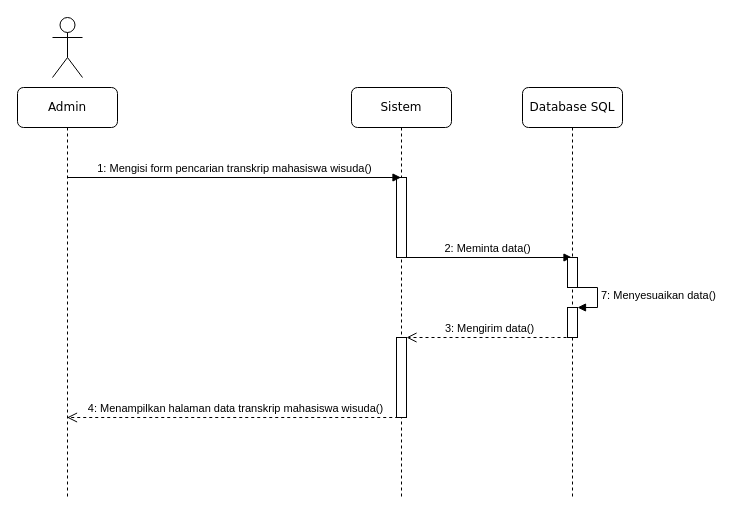
The draw.io diagram page "sequence Mengisi" (2 of 13) of SIAKAD ERD.drawio in RidhoAnshory/drawiocloud, before the edit. Source tidied: cells renumbered, new cells numbered last; positions are measured from the earlier drawing's top-left corner, leaving out a move shared by most shapes. Both pictures are drawn from the tidied source at 100%, with x=0, y=0 at pixel (17, 17).
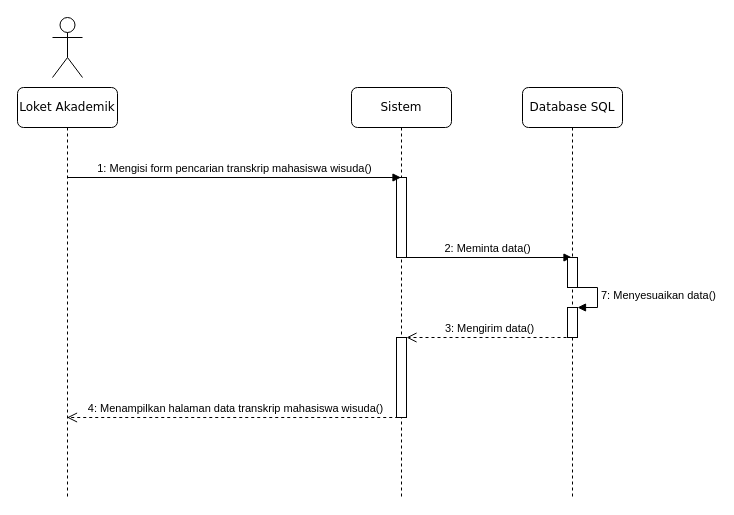
The same page after the edit.

The edit, as a diff of the source:
```diff
@@
 <mxGraphModel>
   <root>
     <mxCell id="0" />
     <mxCell id="1" parent="0" />
     <mxCell id="2" value="Sistem" style="shape=umlLifeline;perimeter=lifelinePerimeter;whiteSpace=wrap;html=1;rounded=1;shadow=0;comic=0;labelBackgroundColor=none;strokeWidth=1;fontFamily=Verdana;fontSize=12;align=center;" parent="1" vertex="1">
       <mxGeometry x="334" y="70" width="100" height="410" as="geometry" />
     </mxCell>
     <mxCell id="3" value="Database SQL" style="shape=umlLifeline;perimeter=lifelinePerimeter;whiteSpace=wrap;html=1;rounded=1;shadow=0;comic=0;labelBackgroundColor=none;strokeWidth=1;fontFamily=Verdana;fontSize=12;align=center;" parent="1" vertex="1">
       <mxGeometry x="505" y="70" width="100" height="410" as="geometry" />
     </mxCell>
-    <mxCell id="4" value="Admin" style="shape=umlLifeline;perimeter=lifelinePerimeter;whiteSpace=wrap;html=1;outlineConnect=0;rounded=1;shadow=0;comic=0;labelBackgroundColor=none;strokeWidth=1;fontFamily=Verdana;fontSize=12;align=center;" parent="1" vertex="1">
+    <mxCell id="4" value="Loket Akademik" style="shape=umlLifeline;perimeter=lifelinePerimeter;whiteSpace=wrap;html=1;outlineConnect=0;rounded=1;shadow=0;comic=0;labelBackgroundColor=none;strokeWidth=1;fontFamily=Verdana;fontSize=12;align=center;" parent="1" vertex="1">
       <mxGeometry y="70" width="100" height="410" as="geometry" />
     </mxCell>
     <mxCell id="5" style="shape=umlActor;verticalLabelPosition=bottom;verticalAlign=top;html=1;" parent="1" vertex="1">
       <mxGeometry x="35" width="30" height="60" as="geometry" />
     </mxCell>
     <mxCell id="6" style="html=1;perimeter=orthogonalPerimeter;" parent="1" vertex="1">
       <mxGeometry x="379" y="160" width="10" height="80" as="geometry" />
     </mxCell>
     <mxCell id="7" value="2: Meminta data()" style="html=1;verticalAlign=bottom;endArrow=block;" parent="1" edge="1">
       <mxGeometry relative="1" as="geometry">
         <mxPoint x="385" y="240" as="sourcePoint" />
         <mxPoint x="554.5" y="240" as="targetPoint" />
       </mxGeometry>
     </mxCell>
     <mxCell id="8" style="html=1;points=[];perimeter=orthogonalPerimeter;" parent="1" vertex="1">
       <mxGeometry x="379" y="320" width="10" height="80" as="geometry" />
     </mxCell>
     <mxCell id="9" style="html=1;perimeter=orthogonalPerimeter;rounded=0;shadow=0;comic=0;labelBackgroundColor=none;strokeWidth=1;fontFamily=Verdana;fontSize=12;align=center;" parent="1" vertex="1">
       <mxGeometry x="550" y="240" width="10" height="30" as="geometry" />
     </mxCell>
     <mxCell id="10" style="html=1;points=[];perimeter=orthogonalPerimeter;" parent="1" vertex="1">
       <mxGeometry x="550" y="290" width="10" height="30" as="geometry" />
     </mxCell>
     <mxCell id="11" value="7: Menyesuaikan data()" style="edgeStyle=orthogonalEdgeStyle;html=1;align=left;spacingLeft=2;endArrow=block;rounded=0;entryX=1;entryY=0;" parent="1" edge="1" target="10">
       <mxGeometry relative="1" as="geometry">
         <mxPoint x="555" y="270" as="sourcePoint" />
         <Array as="points">
           <mxPoint x="580" y="270" />
         </Array>
       </mxGeometry>
     </mxCell>
     <mxCell id="12" value="1: Mengisi form pencarian transkrip mahasiswa wisuda()" style="html=1;verticalAlign=bottom;endArrow=block;" parent="1" edge="1" source="4">
       <mxGeometry relative="1" as="geometry">
         <mxPoint x="383.5" y="160" as="targetPoint" />
       </mxGeometry>
     </mxCell>
     <mxCell id="13" value="3: Mengirim data()" style="html=1;verticalAlign=bottom;endArrow=open;dashed=1;endSize=8;" parent="1" edge="1" target="8">
       <mxGeometry relative="1" as="geometry">
         <mxPoint x="555" y="320" as="sourcePoint" />
         <Array as="points">
           <mxPoint x="525" y="320" />
         </Array>
       </mxGeometry>
     </mxCell>
     <mxCell id="14" value="4: Menampilkan halaman data transkrip mahasiswa wisuda()" style="html=1;verticalAlign=bottom;endArrow=open;dashed=1;endSize=8;exitX=0.772;exitY=1;exitDx=0;exitDy=0;exitPerimeter=0;" parent="1" edge="1" source="8" target="4">
       <mxGeometry relative="1" as="geometry" />
     </mxCell>
   </root>
 </mxGraphModel>
```
